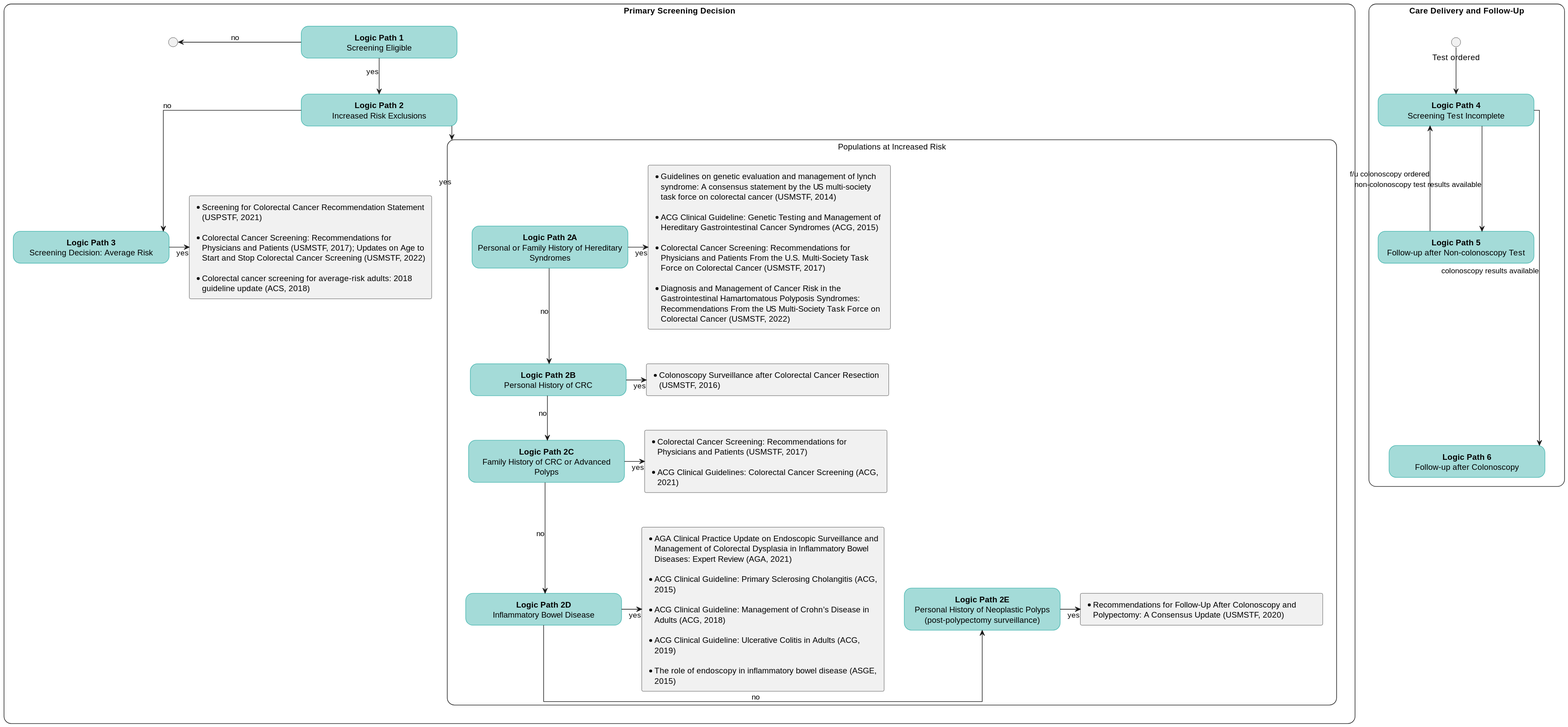
Earlier version of the PlantUML export images/flow-HighLevel.svg (ccsm-cds-tools/CDC-Colorectal-Cancer-Screening-CDS-L2).
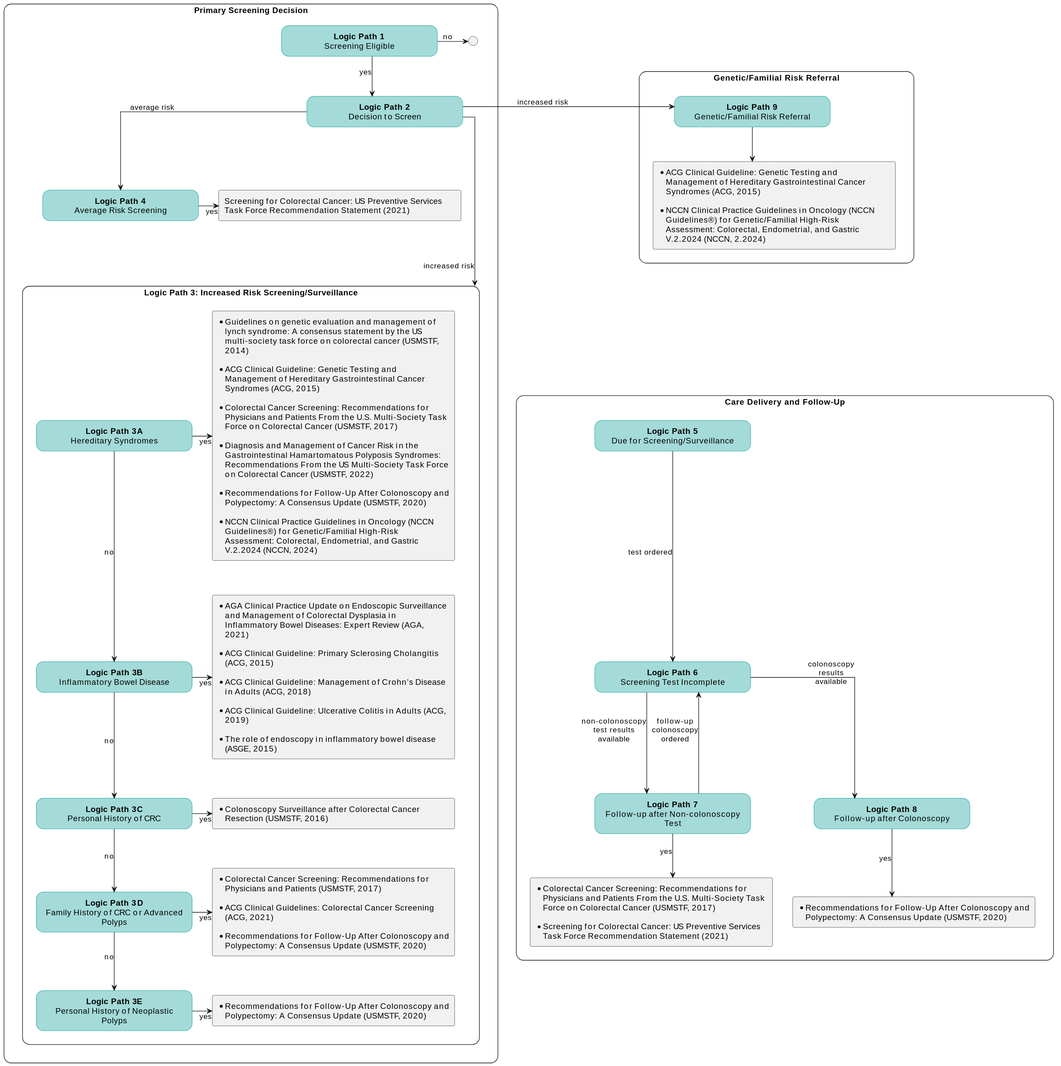
After the change.

Diff of the diagram source:
```diff
@@ -29,62 +29,73 @@
     }
 </style>
 
-
 rectangle "**Primary Screening Decision**" <<main>> as screening {
     rectangle "**Logic Path 1**\nScreening Eligible" <<roundbox>> as path_eligible
-    rectangle "**Logic Path 2**\nIncreased Risk Exclusions" <<roundbox>> as path_inc_risk_exc
-    rectangle "**Logic Path 3**\nScreening Decision: Average Risk" <<roundbox>> as path_avg_risk
+    rectangle "**Logic Path 2**\nDecision to Screen" <<roundbox>> as path_decision
+    rectangle "**Logic Path 4**\nAverage Risk Screening" <<roundbox>> as path_avg_risk
 
 
-        rectangle "* Screening for Colorectal Cancer Recommendation Statement (USPSTF, 2021)\n\n* Colorectal Cancer Screening: Recommendations for Physicians and Patients (USMSTF, 2017); Updates on Age to Start and Stop Colorectal Cancer Screening (USMSTF, 2022)\n\n* Colorectal cancer screening for average‐risk adults: 2018 guideline update (ACS, 2018)" <<citation>> as ref_avg_risk
-
+        rectangle "Screening for Colorectal Cancer: US Preventive Services Task Force Recommendation Statement (2021)" <<citation>> as ref_uspstf
 
 
 
 
     circle "<U+0000>" as end_connector
 
-    rectangle "Populations at Increased Risk" <<main>> as increased_risk {
-    rectangle "**Logic Path 2A**\nPersonal or Family History of Hereditary Syndromes" <<roundbox>> as path_crc_syndromes
-        rectangle "*Guidelines on genetic evaluation and management of lynch syndrome: A consensus statement by the US multi-society task force on colorectal cancer (USMSTF, 2014)\n\n* ACG Clinical Guideline: Genetic Testing and Management of Hereditary Gastrointestinal Cancer Syndromes (ACG, 2015)\n\n* Colorectal Cancer Screening: Recommendations for Physicians and Patients From the U.S. Multi-Society Task Force on Colorectal Cancer (USMSTF, 2017)\n\n* Diagnosis and Management of Cancer Risk in the Gastrointestinal Hamartomatous Polyposis Syndromes: Recommendations From the US Multi-Society Task Force on Colorectal Cancer (USMSTF, 2022)" <<citation>> as ref_syndromes
-    rectangle "**Logic Path 2B**\nPersonal History of CRC" <<roundbox>> as path_hx_crc
+    rectangle "**Logic Path 3: Increased Risk Screening/Surveillance**" <<main>> as increased_risk {
+    rectangle "**Logic Path 3A**\nHereditary Syndromes" <<roundbox>> as path_crc_syndromes
+        rectangle "*Guidelines on genetic evaluation and management of lynch syndrome: A consensus statement by the US multi-society task force on colorectal cancer (USMSTF, 2014)\n\n* ACG Clinical Guideline: Genetic Testing and Management of Hereditary Gastrointestinal Cancer Syndromes (ACG, 2015)\n\n* Colorectal Cancer Screening: Recommendations for Physicians and Patients From the U.S. Multi-Society Task Force on Colorectal Cancer (USMSTF, 2017)\n\n* Diagnosis and Management of Cancer Risk in the Gastrointestinal Hamartomatous Polyposis Syndromes: Recommendations From the US Multi-Society Task Force on Colorectal Cancer (USMSTF, 2022)\n\n* Recommendations for Follow-Up After Colonoscopy and Polypectomy: A Consensus Update (USMSTF, 2020)\n\n* NCCN Clinical Practice Guidelines in Oncology (NCCN Guidelines®) for Genetic/Familial High-Risk Assessment: Colorectal, Endometrial, and Gastric V.2.2024 (NCCN, 2024)" <<citation>> as ref_syndromes
+    rectangle "**Logic Path 3B**\nInflammatory Bowel Disease" <<roundbox>> as path_ibd
+        rectangle "*AGA Clinical Practice Update on Endoscopic Surveillance and Management of Colorectal Dysplasia in Inflammatory Bowel Diseases: Expert Review (AGA, 2021)\n\n* ACG Clinical Guideline: Primary Sclerosing Cholangitis (ACG, 2015)\n\n* ACG Clinical Guideline: Management of Crohn’s Disease in Adults (ACG, 2018)\n\n* ACG Clinical Guideline: Ulcerative Colitis in Adults (ACG, 2019)\n\n* The role of endoscopy in inflammatory bowel disease (ASGE, 2015)" <<citation>> as ref_ibd
+    rectangle "**Logic Path 3C**\nPersonal History of CRC" <<roundbox>> as path_hx_crc
         rectangle "*Colonoscopy Surveillance after Colorectal Cancer Resection (USMSTF, 2016)" <<citation>> <<red>> as ref_usmstf_crc
-    rectangle "**Logic Path 2C**\nFamily History of CRC or Advanced Polyps" <<roundbox>> as path_fam_hx_crc
-        rectangle "*Colorectal Cancer Screening: Recommendations for Physicians and Patients (USMSTF, 2017)\n\n* ACG Clinical Guidelines: Colorectal Cancer Screening (ACG, 2021)" <<citation>> as ref_fam_hx_crc
-    rectangle "**Logic Path 2D**\nInflammatory Bowel Disease" <<roundbox>> as path_ibd
-        rectangle "*AGA Clinical Practice Update on Endoscopic Surveillance and Management of Colorectal Dysplasia in Inflammatory Bowel Diseases: Expert Review (AGA, 2021)\n\n* ACG Clinical Guideline: Primary Sclerosing Cholangitis (ACG, 2015)\n\n* ACG Clinical Guideline: Management of Crohn’s Disease in Adults (ACG, 2018)\n\n* ACG Clinical Guideline: Ulcerative Colitis in Adults (ACG, 2019)\n\n* The role of endoscopy in inflammatory bowel disease (ASGE, 2015)" <<citation>> as ref_ibd
-    rectangle "**Logic Path 2E**\nPersonal History of Neoplastic Polyps (post-polypectomy surveillance)" <<roundbox>> as path_polyps
+    rectangle "**Logic Path 3D**\nFamily History of CRC or Advanced Polyps" <<roundbox>> as path_fam_hx_crc
+        rectangle "*Colorectal Cancer Screening: Recommendations for Physicians and Patients (USMSTF, 2017)\n\n* ACG Clinical Guidelines: Colorectal Cancer Screening (ACG, 2021)\n\n* Recommendations for Follow-Up After Colonoscopy and Polypectomy: A Consensus Update (USMSTF, 2020)" <<citation>> as ref_fam_hx_crc
+    rectangle "**Logic Path 3E**\nPersonal History of Neoplastic Polyps" <<roundbox>> as path_polyps
         rectangle "*Recommendations for Follow-Up After Colonoscopy and Polypectomy: A Consensus Update (USMSTF, 2020)" <<citation>> as ref_usmstf_polyps
 
-    path_crc_syndromes -d-> path_hx_crc: no
+
+    path_crc_syndromes -d-> path_ibd: no
     path_crc_syndromes -r-> ref_syndromes: yes
+    path_ibd -d-> path_hx_crc: no
+    path_ibd -r-> ref_ibd: yes
     path_hx_crc -d-> path_fam_hx_crc: no
     path_hx_crc -r-> ref_usmstf_crc: yes
-    path_fam_hx_crc -d-> path_ibd: no
+    path_fam_hx_crc -d-> path_polyps: no
     path_fam_hx_crc -r-> ref_fam_hx_crc: yes
-    path_ibd -r-> path_polyps: no
-    path_ibd -r-> ref_ibd: yes
     path_polyps -r-> ref_usmstf_polyps: yes
     }
 
-    path_eligible -d-> path_inc_risk_exc: yes
-    path_inc_risk_exc -d-> increased_risk: yes
-    path_inc_risk_exc -d-> path_avg_risk: no
-    path_avg_risk -r-> ref_avg_risk: yes
-    path_eligible -[norank]--> end_connector: no
+    path_eligible -d-> path_decision: yes
+    path_eligible -[norank]-> end_connector: no
+    path_decision -d-> increased_risk: "increased risk"
+    path_decision -d-> path_avg_risk: "average risk"
+    path_avg_risk -> ref_uspstf: yes
+    path_avg_risk -[hidden]d-> increased_risk
 }
 
 rectangle "**Care Delivery and Follow-Up**" <<main>> as followup {
-    rectangle "**Logic Path 4**\nScreening Test Incomplete" <<roundbox>> as path_screen
-    rectangle "**Logic Path 5**\nFollow-up after Non-colonoscopy Test" <<roundbox>> as path_followup
-    rectangle "**Logic Path 6**\nFollow-up after Colonoscopy"<<roundbox>> as path_followup_col
-    circle "Test ordered" as start
-    start-->path_screen
-    path_screen-->path_followup: non-colonoscopy test results available
-    path_followup-->path_screen: f/u colonoscopy ordered
-    path_screen-->path_followup_col: colonoscopy results available
-    path_followup-[hidden]-->path_followup_col
+    rectangle "**Logic Path 5**\nDue for Screening/Surveillance" <<roundbox>> as path_due
+    rectangle "**Logic Path 6**\nScreening Test Incomplete" <<roundbox>> as path_screen
+    rectangle "**Logic Path 7**\nFollow-up after Non-colonoscopy Test" <<roundbox>> as path_followup
+        rectangle "*Colorectal Cancer Screening: Recommendations for Physicians and Patients From the U.S. Multi-Society Task Force on Colorectal Cancer (USMSTF, 2017)\n\n* Screening for Colorectal Cancer: US Preventive Services Task Force Recommendation Statement (2021)" <<citation>> as ref_nonColonoscopyFollowup
+    rectangle "**Logic Path 8**\nFollow-up after Colonoscopy"<<roundbox>> as path_followup_col
+        rectangle "*Recommendations for Follow-Up After Colonoscopy and Polypectomy: A Consensus Update (USMSTF, 2020)" <<citation>> as ref_colonoscopyFollowup
+    path_due -d-> path_screen: test ordered
+    path_screen-d->path_followup: "non-colonoscopy\ntest results\navailable"
+    path_followup-u->path_screen: "follow-up\ncolonoscopy\nordered"
+    path_followup -d-> ref_nonColonoscopyFollowup : yes
+    path_screen-d->path_followup_col: "colonoscopy\nresults\navailable"
+    path_followup_col -d-> ref_colonoscopyFollowup : yes
+}
 
+rectangle "**Genetic/Familial Risk Referral**" <<main>> as genetic {
+    rectangle "**Logic Path 9**\nGenetic/Familial Risk Referral" <<roundbox>> as path_genetic_risk
+    rectangle "*ACG Clinical Guideline: Genetic Testing and Management of Hereditary Gastrointestinal Cancer Syndromes (ACG, 2015)\n\n* NCCN Clinical Practice Guidelines in Oncology (NCCN Guidelines®) for Genetic/Familial High-Risk Assessment: Colorectal, Endometrial, and Gastric V.2.2024 (NCCN, 2.2024)" <<citation>> as ref_genetic_risk
 
+    path_genetic_risk --> ref_genetic_risk
 }
+
+genetic -[hidden]d--> followup
+path_decision -> path_genetic_risk: "increased risk"
 @enduml
```
